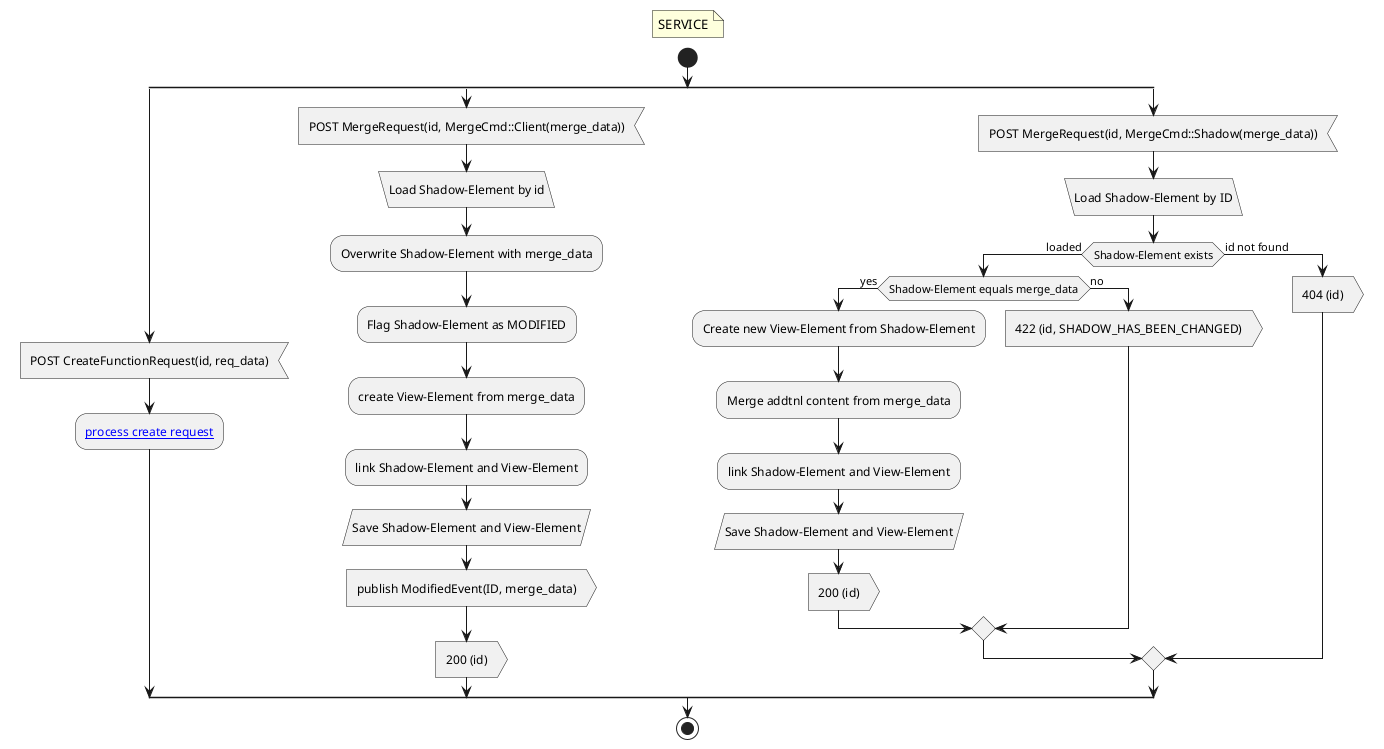
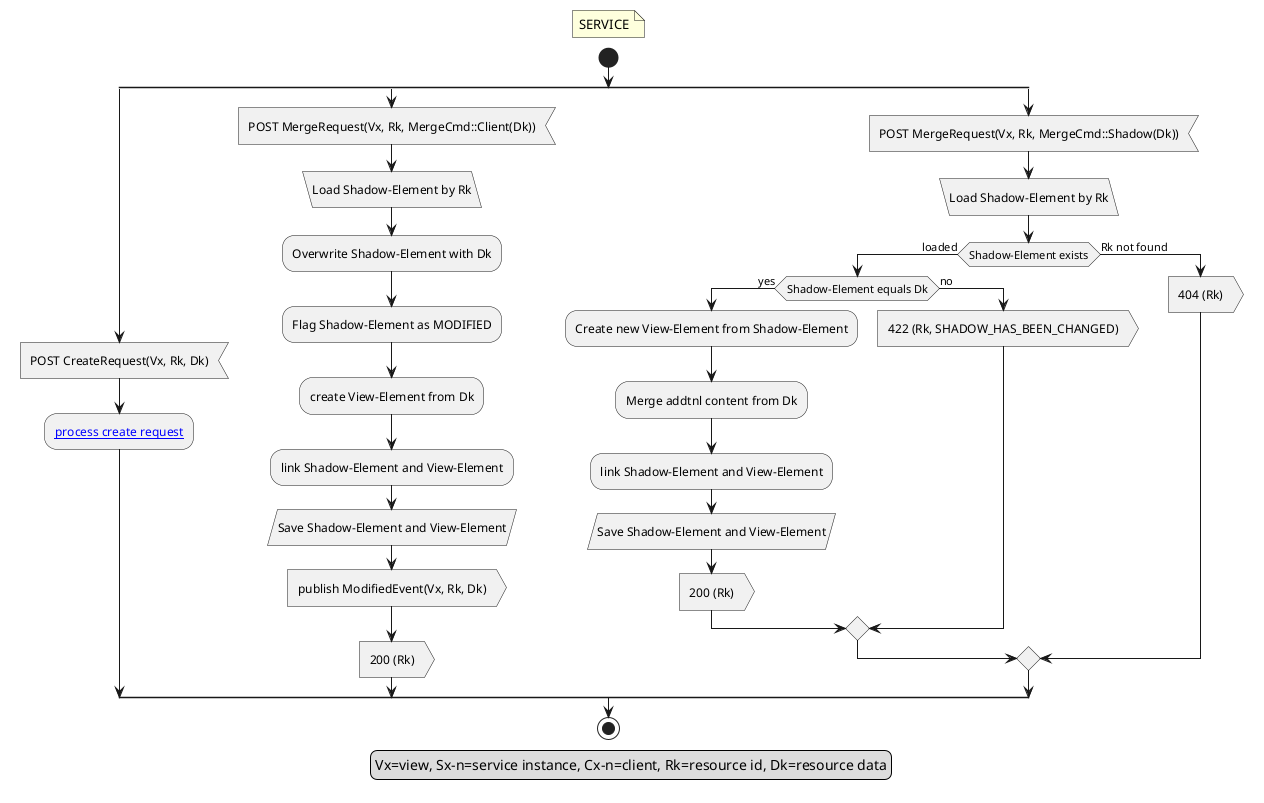
@startuml
'https://plantuml.com/activity-diagram-beta
floating note: SERVICE
+ Legend: Vx=view, Sx-n=service instance, Cx-n=client, Rk=resource id, Dk=resource data
start
split
-     :POST CreateFunctionRequest(id, req_data); <<input>>
-     :[[./post-create-function-request.sdl.puml process create request]];
+     :POST CreateRequest(Vx, Rk, Dk); <<input>>
+     :[[./endpoint-create-request.sdl.puml process create request]];
split again
-     :POST MergeRequest(id, MergeCmd::Client(merge_data)); <<input>>
-     :Load Shadow-Element by id; <<load>>
-     :Overwrite Shadow-Element with merge_data;
+     :POST MergeRequest(Vx, Rk, MergeCmd::Client(Dk)); <<input>>
+     :Load Shadow-Element by Rk; <<load>>
+     :Overwrite Shadow-Element with Dk;
    :Flag Shadow-Element as MODIFIED;
-     :create View-Element from merge_data;
+     :create View-Element from Dk;
    :link Shadow-Element and View-Element;
    :Save Shadow-Element and View-Element; <<save>>
-     :publish ModifiedEvent(ID, merge_data); <<output>>
-     :200 (id); <<output>>
+     :publish ModifiedEvent(Vx, Rk, Dk); <<output>>
+     :200 (Rk); <<output>>
split again
-     :POST MergeRequest(id, MergeCmd::Shadow(merge_data)); <<input>>
-     :Load Shadow-Element by ID; <<load>>
+     :POST MergeRequest(Vx, Rk, MergeCmd::Shadow(Dk)); <<input>>
+     :Load Shadow-Element by Rk; <<load>>
    if (Shadow-Element exists) then (loaded)
-         if (Shadow-Element equals merge_data) then (yes)
+         if (Shadow-Element equals Dk) then (yes)
            :Create new View-Element from Shadow-Element;
-             :Merge addtnl content from merge_data;
+             :Merge addtnl content from Dk;
            :link Shadow-Element and View-Element;
            :Save Shadow-Element and View-Element; <<save>>
-             :200 (id); <<output>>
+             :200 (Rk); <<output>>
        else (no)
-             :422 (id, SHADOW_HAS_BEEN_CHANGED); <<output>>
+             :422 (Rk, SHADOW_HAS_BEEN_CHANGED); <<output>>
        endif
-     else (id not found)
-         :404 (id); <<output>>
+     else (Rk not found)
+         :404 (Rk); <<output>>
    end if
end split
stop
@enduml
